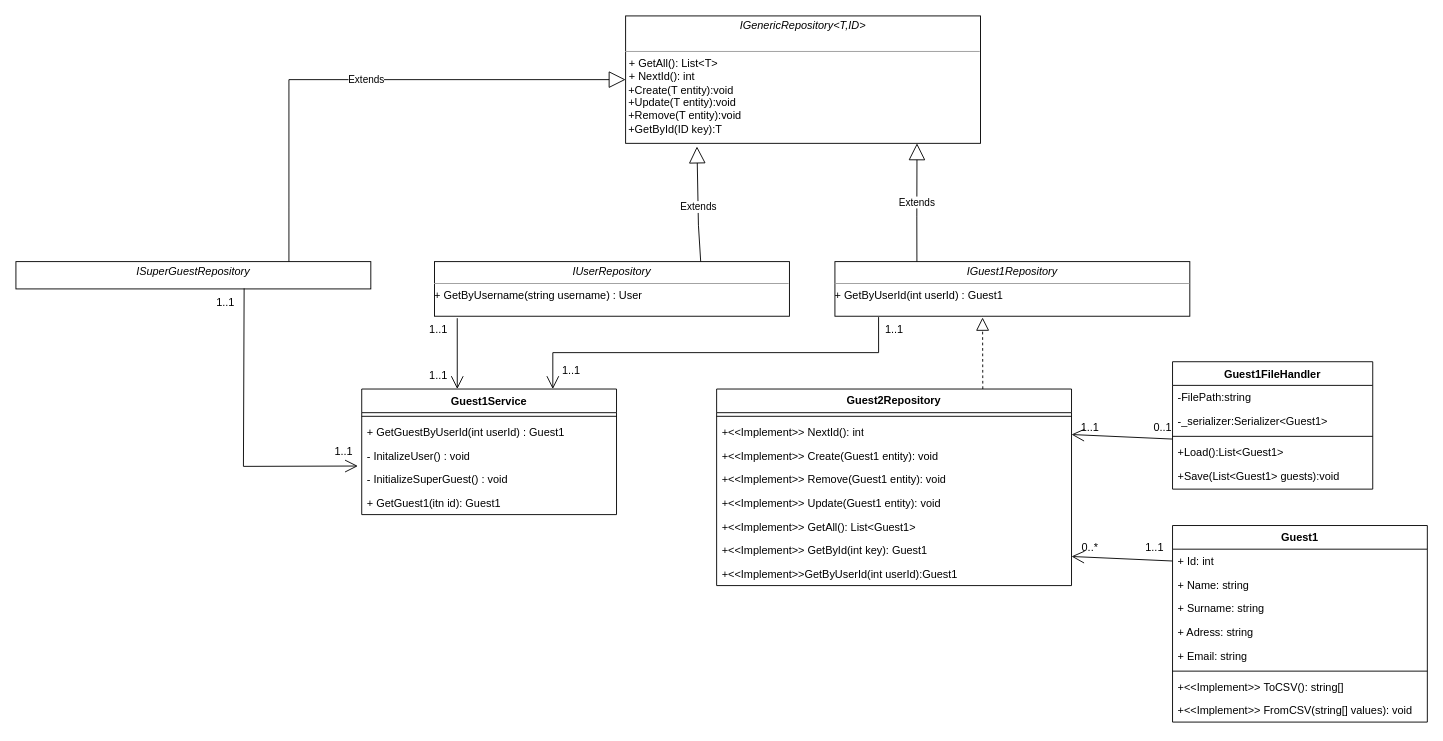
jblanusa13/SimsProjekat keeps this draw.io diagram as ProjectSims/ClassDiagram/Guest1/Guest1fhrs.drawio. Above is the earlier version. Source tidied: cells renumbered, new cells numbered last; positions are measured from the earlier drawing's top-left corner, leaving out a move shared by most shapes. Both pictures are drawn from the tidied source at 91%, with x=0, y=0 at pixel (15, 15).
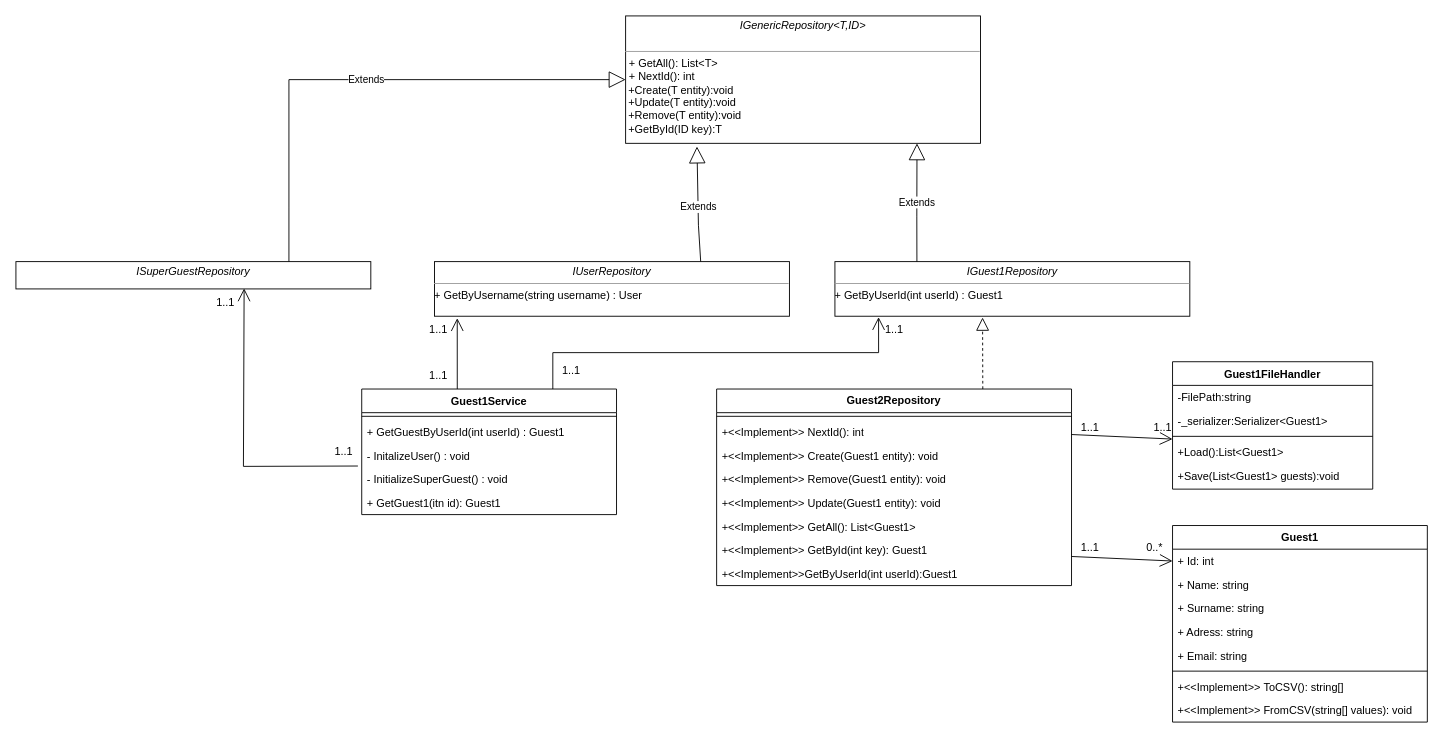
The same page after the edit.

The change refers to these unchanged cells:
```xml
<mxCell id="3" value="Guest1Service" style="swimlane;fontStyle=1;align=center;verticalAlign=top;horizontal=1;startSize=26;whiteSpace=wrap;html=1;" parent="1" vertex="1">
  <mxGeometry x="380" y="410" width="280" height="138" as="geometry" />
</mxCell>
<mxCell id="7" value="- InitializeSuperGuest() : void" style="text;strokeColor=none;fillColor=none;align=left;verticalAlign=top;spacingLeft=4;spacingRight=4;overflow=hidden;points=[[0,0.5],[1,0.5]];portConstraint=eastwest;whiteSpace=wrap;html=1;" parent="3" vertex="1">
  <mxGeometry y="86" width="280" height="26" as="geometry" />
</mxCell>
<mxCell id="9" value="&lt;p style=&quot;margin:0px;margin-top:4px;text-align:center;&quot;&gt;&lt;i&gt;ISuperGuestRepository&lt;/i&gt;&lt;/p&gt;&lt;br&gt;&lt;p style=&quot;margin:0px;margin-left:4px;&quot;&gt;&lt;/p&gt;" style="verticalAlign=top;align=left;overflow=fill;fontSize=12;fontFamily=Helvetica;html=1;whiteSpace=wrap;" parent="1" vertex="1">
  <mxGeometry y="270" width="390" height="30" as="geometry" />
</mxCell>
<mxCell id="10" value="&lt;p style=&quot;margin: 4px 0px 0px;&quot;&gt;&lt;/p&gt;&lt;div style=&quot;text-align: center;&quot;&gt;&lt;i style=&quot;border-color: var(--border-color);&quot;&gt;IGuest1Repository&lt;/i&gt;&lt;br&gt;&lt;/div&gt;&lt;hr size=&quot;1&quot;&gt;&lt;p style=&quot;border-color: var(--border-color); margin: 4px 0px 0px;&quot;&gt;+ GetByUserId(int userId) : Guest1&lt;br&gt;&lt;/p&gt;&lt;p style=&quot;border-color: var(--border-color); margin: 4px 0px 0px;&quot;&gt;&lt;br&gt;&lt;/p&gt;&lt;p style=&quot;border-color: var(--border-color); margin: 4px 0px 0px;&quot;&gt;&lt;br&gt;&lt;/p&gt;&lt;p style=&quot;border-color: var(--border-color); margin: 4px 0px 0px;&quot;&gt;&lt;br&gt;&lt;/p&gt;&lt;p style=&quot;margin:0px;margin-left:4px;&quot;&gt;&lt;span style=&quot;&quot;&gt;&lt;/span&gt;&lt;span style=&quot;&quot;&gt;&lt;span style=&quot;&quot;&gt;&amp;nbsp;&amp;nbsp;&amp;nbsp;&amp;nbsp;&lt;/span&gt;&lt;/span&gt;&lt;span style=&quot;&quot;&gt;&lt;span style=&quot;&quot;&gt;&amp;nbsp;&amp;nbsp;&amp;nbsp;&amp;nbsp;&lt;/span&gt;&lt;/span&gt;&amp;nbsp;&lt;br&gt;&lt;/p&gt;" style="verticalAlign=top;align=left;overflow=fill;fontSize=12;fontFamily=Helvetica;html=1;whiteSpace=wrap;" parent="1" vertex="1">
  <mxGeometry x="900" y="270" width="390" height="60" as="geometry" />
</mxCell>
<mxCell id="11" value="&lt;p style=&quot;margin: 4px 0px 0px;&quot;&gt;&lt;/p&gt;&lt;div style=&quot;text-align: center;&quot;&gt;&lt;i style=&quot;border-color: var(--border-color);&quot;&gt;IUserRepository&lt;/i&gt;&lt;br&gt;&lt;/div&gt;&lt;hr size=&quot;1&quot;&gt;&lt;p style=&quot;border-color: var(--border-color); margin: 4px 0px 0px;&quot;&gt;+ GetByUsername(string username) : User&lt;br&gt;&lt;/p&gt;&lt;p style=&quot;border-color: var(--border-color); margin: 4px 0px 0px;&quot;&gt;&lt;br&gt;&lt;/p&gt;&lt;p style=&quot;border-color: var(--border-color); margin: 4px 0px 0px;&quot;&gt;&lt;br&gt;&lt;/p&gt;&lt;p style=&quot;margin:0px;margin-left:4px;&quot;&gt;&lt;span style=&quot;&quot;&gt;&lt;/span&gt;&lt;span style=&quot;&quot;&gt;&lt;span style=&quot;&quot;&gt;&amp;nbsp;&amp;nbsp;&amp;nbsp;&amp;nbsp;&lt;/span&gt;&lt;/span&gt;&lt;span style=&quot;&quot;&gt;&lt;span style=&quot;&quot;&gt;&amp;nbsp;&amp;nbsp;&amp;nbsp;&amp;nbsp;&lt;/span&gt;&lt;/span&gt;&amp;nbsp;&lt;br&gt;&lt;/p&gt;" style="verticalAlign=top;align=left;overflow=fill;fontSize=12;fontFamily=Helvetica;html=1;whiteSpace=wrap;" parent="1" vertex="1">
  <mxGeometry x="460" y="270" width="390" height="60" as="geometry" />
</mxCell>
<mxCell id="23" value="+&amp;lt;&amp;lt;Implement&amp;gt;&amp;gt;GetByUserId(int userId):Guest1" style="text;strokeColor=none;fillColor=none;align=left;verticalAlign=top;spacingLeft=4;spacingRight=4;overflow=hidden;points=[[0,0.5],[1,0.5]];portConstraint=eastwest;whiteSpace=wrap;html=1;labelBackgroundColor=none;" parent="15" vertex="1">
  <mxGeometry y="190" width="390" height="26" as="geometry" />
</mxCell>
<mxCell id="25" value="+ Id: int" style="text;strokeColor=none;fillColor=none;align=left;verticalAlign=top;spacingLeft=4;spacingRight=4;overflow=hidden;points=[[0,0.5],[1,0.5]];portConstraint=eastwest;whiteSpace=wrap;html=1;" parent="24" vertex="1">
  <mxGeometry y="26" width="280" height="26" as="geometry" />
</mxCell>
```

The edit, as a diff of the source:
```diff
@@
-    <mxCell id="40" style="endArrow=open;endFill=1;endSize=12;html=1;rounded=0;exitX=0;exitY=0.5;exitDx=0;exitDy=0;entryX=1;entryY=-0.23;entryDx=0;entryDy=0;entryPerimeter=0;" parent="1" edge="1" source="25" target="23">
-      <mxGeometry relative="1" as="geometry" />
-    </mxCell>
     <mxCell id="41" style="endArrow=open;endFill=1;endSize=12;html=1;rounded=0;exitX=0;exitY=0.5;exitDx=0;exitDy=0;entryX=1;entryY=-0.23;entryDx=0;entryDy=0;entryPerimeter=0;" parent="1" edge="1">
       <mxGeometry relative="1" as="geometry">
-        <mxPoint x="1271" y="465" as="sourcePoint" />
-        <mxPoint x="1160" y="460" as="targetPoint" />
+        <mxPoint x="1160" y="460" as="sourcePoint" />
+        <mxPoint x="1271" y="465" as="targetPoint" />
       </mxGeometry>
     </mxCell>
@@
-    <mxCell id="43" value="0..1" style="text;html=1;align=center;verticalAlign=middle;strokeColor=none;fillColor=none;" parent="1" vertex="1">
+    <mxCell id="43" value="1..1" style="text;html=1;align=center;verticalAlign=middle;strokeColor=none;fillColor=none;" parent="1" vertex="1">
       <mxGeometry x="1240" y="438" width="40" height="30" as="geometry" />
     </mxCell>
-    <mxCell id="44" value="0..*" style="text;html=1;align=center;verticalAlign=middle;strokeColor=none;fillColor=none;" parent="1" vertex="1">
+    <mxCell id="44" value="1..1" style="text;html=1;align=center;verticalAlign=middle;strokeColor=none;fillColor=none;" parent="1" vertex="1">
       <mxGeometry x="1160" y="570" width="40" height="30" as="geometry" />
     </mxCell>
-    <mxCell id="45" value="1..1" style="text;html=1;align=center;verticalAlign=middle;strokeColor=none;fillColor=none;" parent="1" vertex="1">
+    <mxCell id="45" value="0..*" style="text;html=1;align=center;verticalAlign=middle;strokeColor=none;fillColor=none;" parent="1" vertex="1">
       <mxGeometry x="1231" y="570" width="40" height="30" as="geometry" />
     </mxCell>
-    <mxCell id="46" style="endArrow=open;endFill=1;endSize=12;html=1;rounded=0;exitX=0.643;exitY=0.982;exitDx=0;exitDy=0;exitPerimeter=0;entryX=-0.015;entryY=-0.053;entryDx=0;entryDy=0;entryPerimeter=0;" parent="1" edge="1" source="9" target="7">
-      <mxGeometry relative="1" as="geometry">
-        <Array as="points">
-          <mxPoint x="250" y="495" />
-        </Array>
-      </mxGeometry>
-    </mxCell>
-    <mxCell id="47" style="endArrow=open;endFill=1;endSize=12;html=1;rounded=0;exitX=0.064;exitY=1.036;exitDx=0;exitDy=0;exitPerimeter=0;" parent="1" edge="1" source="11">
+    <mxCell id="47" style="endArrow=open;endFill=1;endSize=12;html=1;rounded=0;exitX=0.064;exitY=1.036;exitDx=0;exitDy=0;exitPerimeter=0;entryX=0.064;entryY=1.036;entryDx=0;entryDy=0;entryPerimeter=0;" parent="1" edge="1" target="11">
       <mxGeometry relative="1" as="geometry">
-        <mxPoint x="485" y="410" as="targetPoint" />
+        <mxPoint x="485" y="410" as="sourcePoint" />
       </mxGeometry>
     </mxCell>
-    <mxCell id="48" style="endArrow=open;endFill=1;endSize=12;html=1;rounded=0;exitX=0.123;exitY=1.016;exitDx=0;exitDy=0;exitPerimeter=0;entryX=0.75;entryY=0;entryDx=0;entryDy=0;" parent="1" edge="1" source="10" target="3">
+    <mxCell id="48" style="endArrow=open;endFill=1;endSize=12;html=1;rounded=0;exitX=0.75;exitY=0;exitDx=0;exitDy=0;entryX=0.123;entryY=1.016;entryDx=0;entryDy=0;entryPerimeter=0;" parent="1" edge="1" source="3" target="10">
       <mxGeometry relative="1" as="geometry">
         <Array as="points">
+          <mxPoint x="590" y="370" />
           <mxPoint x="948" y="370" />
-          <mxPoint x="590" y="370" />
         </Array>
       </mxGeometry>
     </mxCell>
@@
+    <mxCell id="46" style="endArrow=open;endFill=1;endSize=12;html=1;rounded=0;exitX=-0.015;exitY=-0.053;exitDx=0;exitDy=0;exitPerimeter=0;entryX=0.643;entryY=0.982;entryDx=0;entryDy=0;entryPerimeter=0;" parent="1" edge="1" source="7" target="9">
+      <mxGeometry relative="1" as="geometry">
+        <Array as="points">
+          <mxPoint x="250" y="495" />
+        </Array>
+      </mxGeometry>
+    </mxCell>
+    <mxCell id="40" style="endArrow=open;endFill=1;endSize=12;html=1;rounded=0;exitX=1;exitY=-0.23;exitDx=0;exitDy=0;entryX=0;entryY=0.5;entryDx=0;entryDy=0;exitPerimeter=0;" parent="1" edge="1" source="23" target="25">
+      <mxGeometry relative="1" as="geometry" />
+    </mxCell>
```
